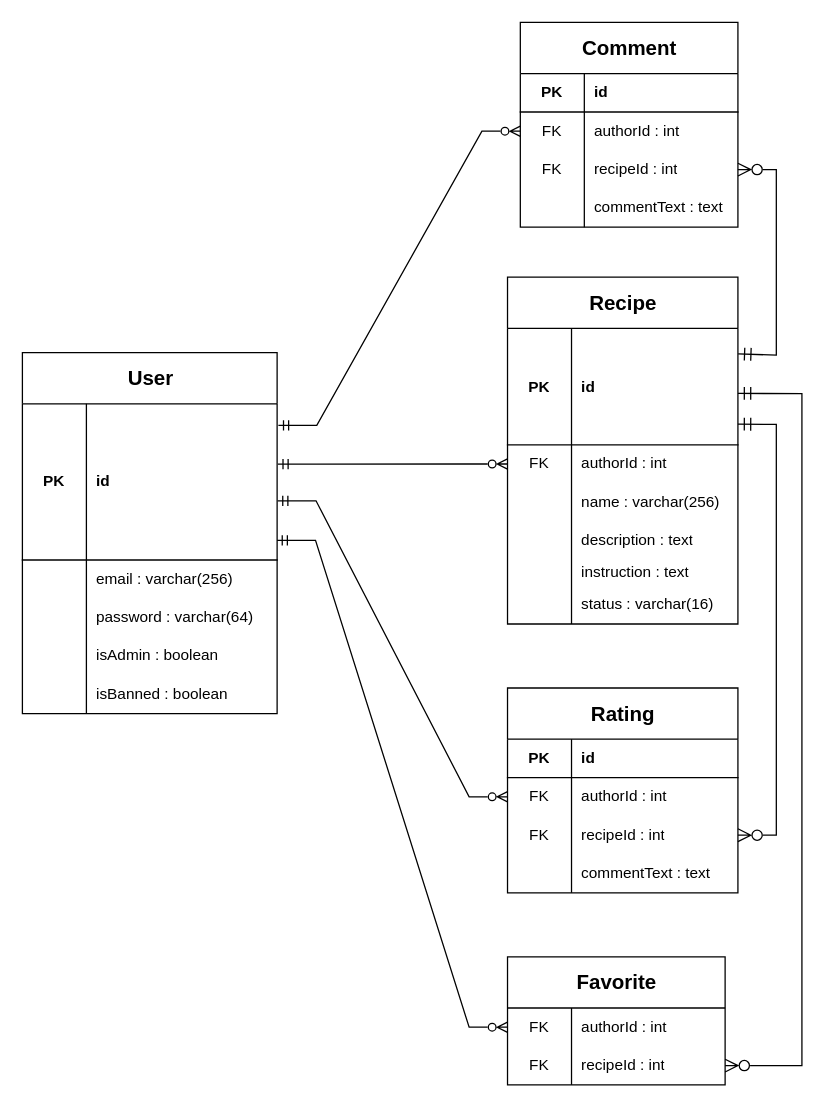
Before: docs/ER-diagram/ER-diagram — Web Gastronomy.drawio in BullDigga/web-gastronomy, a draw.io diagram. Source tidied: cells renumbered, new cells numbered last; positions are measured from the earlier drawing's top-left corner, leaving out a move shared by most shapes. Both pictures are drawn from the tidied source at 128%, with x=0, y=0 at pixel (22, 22).
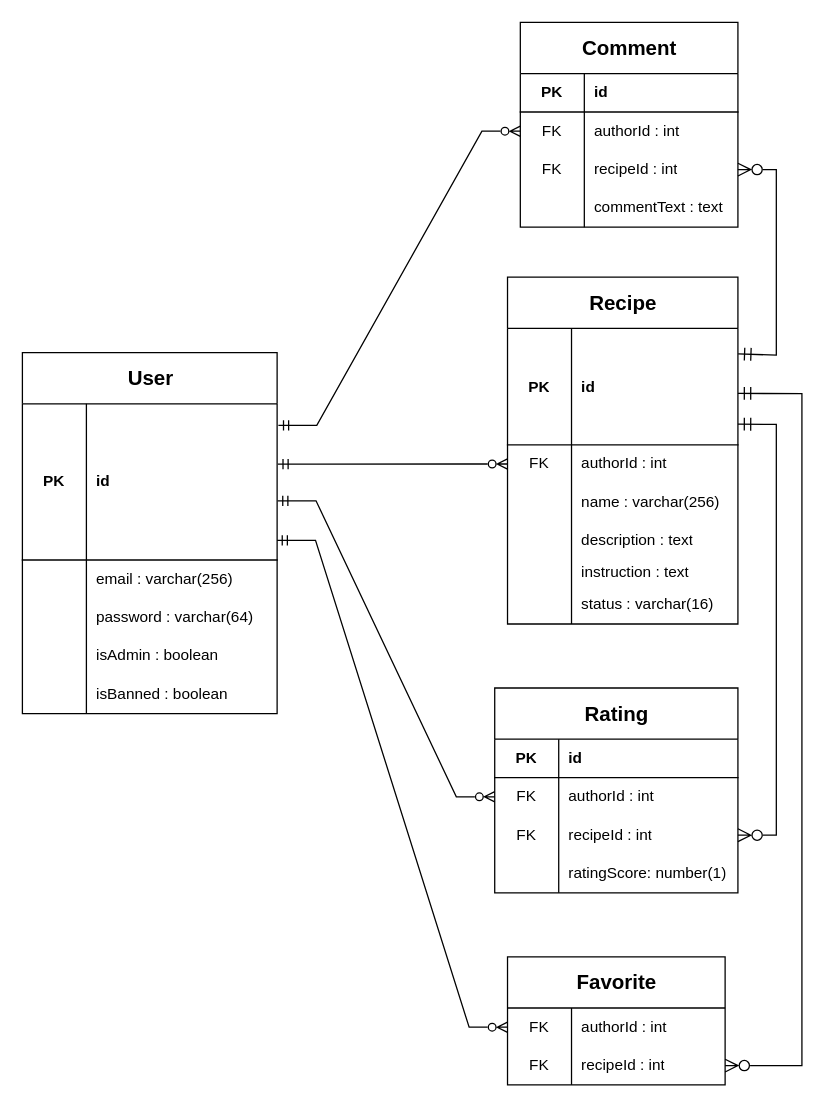
The same diagram, later.

Commit message (it also covers changes not shown here):
Исправлена опечатка в ER-диаграмме

The edit, as a diff of the source:
```diff
@@
     <mxCell id="52" value="Rating" style="shape=table;startSize=40;childLayout=tableLayout;rowLines=0;fontStyle=1;align=center;html=1;fontSize=16;" parent="1" vertex="1">
-      <mxGeometry x="379" y="520" width="180" height="160" as="geometry" />
+      <mxGeometry x="369" y="520" width="190" height="160" as="geometry" />
     </mxCell>
     <mxCell id="53" style="shape=tableRow;horizontal=0;startSize=0;swimlaneHead=0;swimlaneBody=0;fillColor=none;top=0;left=0;right=0;bottom=1;" parent="52" vertex="1">
-      <mxGeometry y="40" width="180" height="30" as="geometry" />
+      <mxGeometry y="40" width="190" height="30" as="geometry" />
     </mxCell>
@@
     <mxCell id="55" value="id" style="shape=partialRectangle;fillColor=none;top=0;left=0;bottom=0;right=0;align=left;spacingLeft=6;fontStyle=1;overflow=hidden;whiteSpace=wrap;html=1;" parent="53" vertex="1">
-      <mxGeometry x="50" width="130" height="30" as="geometry" />
+      <mxGeometry x="50" width="140" height="30" as="geometry" />
     </mxCell>
     <mxCell id="56" style="shape=tableRow;horizontal=0;startSize=0;swimlaneHead=0;swimlaneBody=0;fillColor=none;points=[[0,0.5],[1,0.5]];portConstraint=eastwest;top=0;left=0;right=0;bottom=0;" parent="52" vertex="1">
-      <mxGeometry y="70" width="180" height="30" as="geometry" />
+      <mxGeometry y="70" width="190" height="30" as="geometry" />
     </mxCell>
@@
     <mxCell id="58" value="authorId : int" style="shape=partialRectangle;fillColor=none;top=0;left=0;bottom=0;right=0;align=left;spacingLeft=6;overflow=hidden;whiteSpace=wrap;html=1;" parent="56" vertex="1">
-      <mxGeometry x="50" width="130" height="30" as="geometry" />
+      <mxGeometry x="50" width="140" height="30" as="geometry" />
     </mxCell>
     <mxCell id="59" style="shape=tableRow;horizontal=0;startSize=0;swimlaneHead=0;swimlaneBody=0;fillColor=none;points=[[0,0.5],[1,0.5]];portConstraint=eastwest;top=0;left=0;right=0;bottom=0;" parent="52" vertex="1">
-      <mxGeometry y="100" width="180" height="30" as="geometry" />
+      <mxGeometry y="100" width="190" height="30" as="geometry" />
     </mxCell>
@@
     <mxCell id="61" value="recipeId : int" style="shape=partialRectangle;fillColor=none;top=0;left=0;bottom=0;right=0;align=left;spacingLeft=6;overflow=hidden;whiteSpace=wrap;html=1;" parent="59" vertex="1">
-      <mxGeometry x="50" width="130" height="30" as="geometry" />
+      <mxGeometry x="50" width="140" height="30" as="geometry" />
     </mxCell>
     <mxCell id="62" style="shape=tableRow;horizontal=0;startSize=0;swimlaneHead=0;swimlaneBody=0;fillColor=none;top=0;left=0;right=0;bottom=0;" parent="52" vertex="1">
-      <mxGeometry y="130" width="180" height="30" as="geometry" />
+      <mxGeometry y="130" width="190" height="30" as="geometry" />
     </mxCell>
@@
-    <mxCell id="64" value="commentText : text" style="shape=partialRectangle;fillColor=none;top=0;left=0;bottom=0;right=0;align=left;spacingLeft=6;overflow=hidden;whiteSpace=wrap;html=1;" parent="62" vertex="1">
-      <mxGeometry x="50" width="130" height="30" as="geometry" />
+    <mxCell id="64" value="ratingScore: number(1)" style="shape=partialRectangle;fillColor=none;top=0;left=0;bottom=0;right=0;align=left;spacingLeft=6;overflow=hidden;whiteSpace=wrap;html=1;" parent="62" vertex="1">
+      <mxGeometry x="50" width="140" height="30" as="geometry" />
     </mxCell>
```
